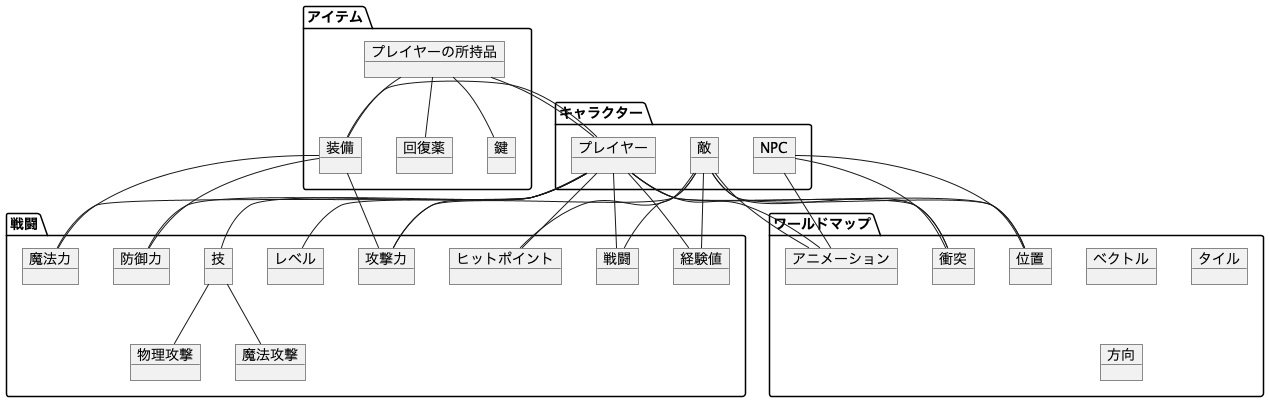
The PlantUML diagram good/docs/modeling/サンプルRPG.png in kdr250/good-code-bad-code-sample, before a commit.
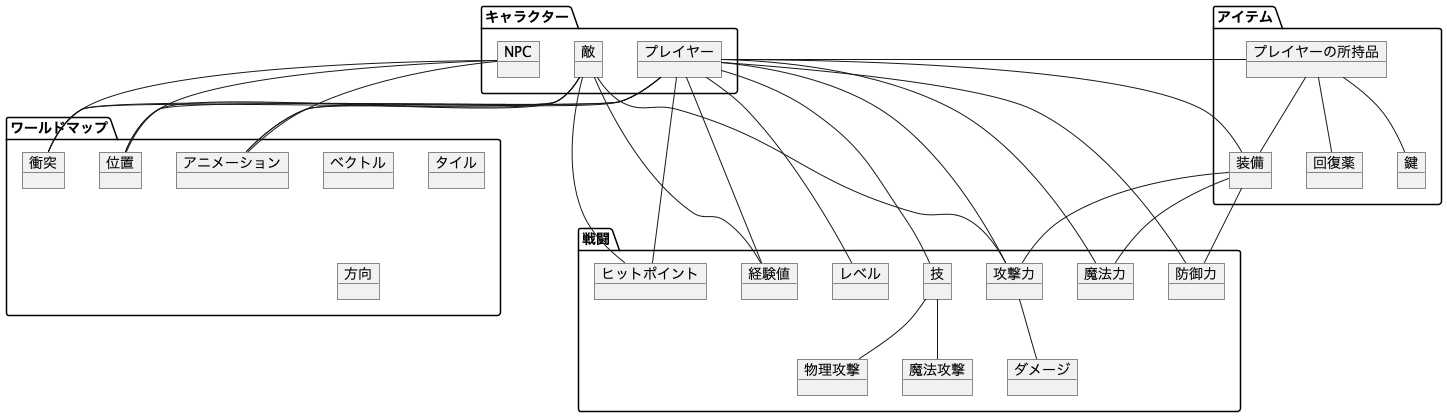
After the commit.

Commit message:
モデル図修正

What changed in the source:
```diff
@@ -13,7 +13,6 @@
 object 衝突
 }
 package 戦闘 {
-object 戦闘
 object ヒットポイント
 object 攻撃力
 object 魔法力
@@ -23,6 +22,7 @@
 object 技
 object 物理攻撃
 object 魔法攻撃
+object ダメージ
 }
 package アイテム {
 object 装備
@@ -57,8 +57,7 @@
 プレイヤーの所持品 -- 装備
 プレイヤーの所持品 -- 回復薬
 プレイヤーの所持品 -- 鍵
-戦闘 -- プレイヤー
-戦闘 -- 敵
 技 -- 物理攻撃
 技 -- 魔法攻撃
+攻撃力 -- ダメージ
 @enduml
```
